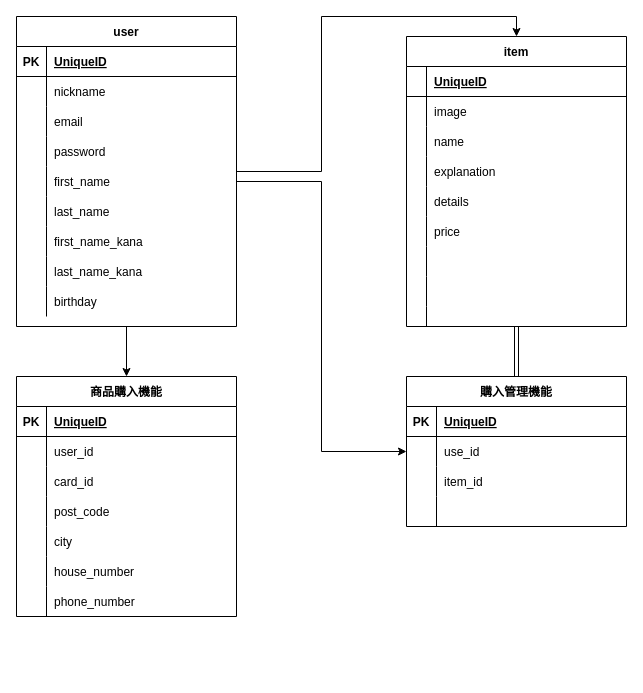
Otsuka-1204/furima-32597 keeps this draw.io diagram as frima.dio. Above is the earlier version. Source tidied: cells renumbered, new cells numbered last; positions are measured from the earlier drawing's top-left corner, leaving out a move shared by most shapes. Both pictures are drawn from the tidied source at 100%, with x=0, y=0 at pixel (16, 16).
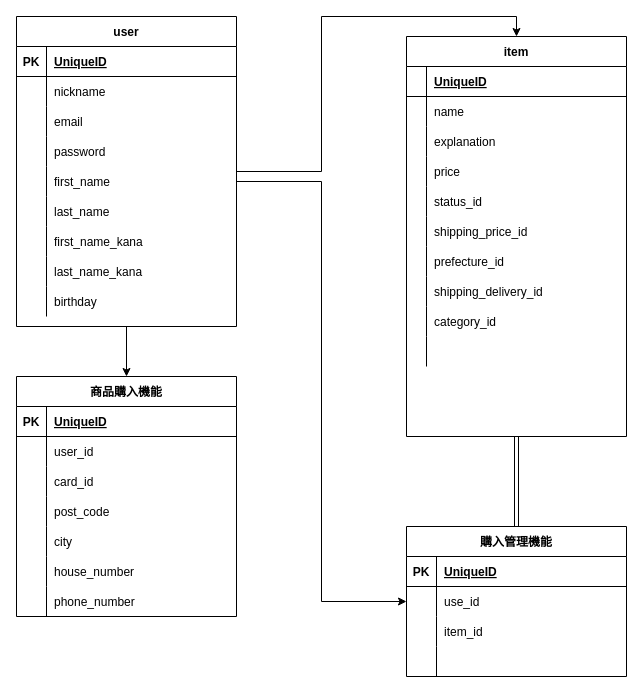
Above is the later version.

Commit message (it also covers changes not shown here):
データベース設計(修正2)

The edit, as a diff of the source:
```diff
@@
     <mxCell id="33" value="item" style="shape=table;startSize=30;childLayout=tableLayout;rowLines=0;fontStyle=1;align=center;" parent="1" vertex="1">
-      <mxGeometry x="390" y="20" width="220" height="290" as="geometry" />
+      <mxGeometry x="390" y="20" width="220" height="400" as="geometry" />
     </mxCell>
@@
-    <mxCell id="37" style="shape=partialRectangle;fillColor=none;top=0;left=0;bottom=0;right=0;" parent="33" vertex="1">
-      <mxGeometry y="60" width="220" height="30" as="geometry" />
-    </mxCell>
-    <mxCell id="38" style="shape=partialRectangle;fillColor=none;top=0;left=0;bottom=0;right=0;overflow=hidden;" parent="37" vertex="1">
-      <mxGeometry width="20" height="30" as="geometry" />
-    </mxCell>
-    <mxCell id="39" value="image" style="shape=partialRectangle;fillColor=none;top=0;left=0;bottom=0;right=0;align=left;spacingLeft=6;overflow=hidden;" parent="37" vertex="1">
-      <mxGeometry x="20" width="200" height="30" as="geometry" />
-    </mxCell>
     <mxCell id="40" style="shape=partialRectangle;fillColor=none;top=0;left=0;bottom=0;right=0;" parent="33" vertex="1">
-      <mxGeometry y="90" width="220" height="30" as="geometry" />
+      <mxGeometry y="60" width="220" height="30" as="geometry" />
     </mxCell>
@@
     <mxCell id="43" style="shape=partialRectangle;fillColor=none;top=0;left=0;bottom=0;right=0;" parent="33" vertex="1">
-      <mxGeometry y="120" width="220" height="30" as="geometry" />
+      <mxGeometry y="90" width="220" height="30" as="geometry" />
     </mxCell>
@@
-    <mxCell id="46" style="shape=partialRectangle;fillColor=none;top=0;left=0;bottom=0;right=0;" parent="33" vertex="1">
-      <mxGeometry y="150" width="220" height="30" as="geometry" />
-    </mxCell>
-    <mxCell id="47" style="shape=partialRectangle;fillColor=none;top=0;left=0;bottom=0;right=0;overflow=hidden;" parent="46" vertex="1">
-      <mxGeometry width="20" height="30" as="geometry" />
-    </mxCell>
-    <mxCell id="48" value="details" style="shape=partialRectangle;fillColor=none;top=0;left=0;bottom=0;right=0;align=left;spacingLeft=6;overflow=hidden;" parent="46" vertex="1">
-      <mxGeometry x="20" width="200" height="30" as="geometry" />
-    </mxCell>
     <mxCell id="49" style="shape=partialRectangle;fillColor=none;top=0;left=0;bottom=0;right=0;" parent="33" vertex="1">
-      <mxGeometry y="180" width="220" height="30" as="geometry" />
+      <mxGeometry y="120" width="220" height="30" as="geometry" />
     </mxCell>
@@
     <mxCell id="52" style="shape=partialRectangle;fillColor=none;top=0;left=0;bottom=0;right=0;" parent="33" vertex="1">
-      <mxGeometry y="210" width="220" height="30" as="geometry" />
+      <mxGeometry y="150" width="220" height="30" as="geometry" />
     </mxCell>
@@
-    <mxCell id="54" style="shape=partialRectangle;fillColor=none;top=0;left=0;bottom=0;right=0;align=left;spacingLeft=6;overflow=hidden;" parent="52" vertex="1">
+    <mxCell id="54" value="status_id" style="shape=partialRectangle;fillColor=none;top=0;left=0;bottom=0;right=0;align=left;spacingLeft=6;overflow=hidden;" parent="52" vertex="1">
       <mxGeometry x="20" width="200" height="30" as="geometry" />
     </mxCell>
+    <mxCell id="37" style="shape=partialRectangle;fillColor=none;top=0;left=0;bottom=0;right=0;" parent="33" vertex="1">
+      <mxGeometry y="180" width="220" height="30" as="geometry" />
+    </mxCell>
+    <mxCell id="38" style="shape=partialRectangle;fillColor=none;top=0;left=0;bottom=0;right=0;overflow=hidden;" parent="37" vertex="1">
+      <mxGeometry width="20" height="30" as="geometry" />
+    </mxCell>
+    <mxCell id="39" value="shipping_price_id" style="shape=partialRectangle;fillColor=none;top=0;left=0;bottom=0;right=0;align=left;spacingLeft=6;overflow=hidden;" parent="37" vertex="1">
+      <mxGeometry x="20" width="200" height="30" as="geometry" />
+    </mxCell>
     <mxCell id="55" style="shape=partialRectangle;fillColor=none;top=0;left=0;bottom=0;right=0;" parent="33" vertex="1">
-      <mxGeometry y="240" width="220" height="30" as="geometry" />
+      <mxGeometry y="210" width="220" height="30" as="geometry" />
     </mxCell>
@@
-    <mxCell id="57" style="shape=partialRectangle;fillColor=none;top=0;left=0;bottom=0;right=0;align=left;spacingLeft=6;overflow=hidden;" parent="55" vertex="1">
+    <mxCell id="57" value="prefecture_id" style="shape=partialRectangle;fillColor=none;top=0;left=0;bottom=0;right=0;align=left;spacingLeft=6;overflow=hidden;" parent="55" vertex="1">
       <mxGeometry x="20" width="200" height="30" as="geometry" />
     </mxCell>
+    <mxCell id="97" style="shape=partialRectangle;fillColor=none;top=0;left=0;bottom=0;right=0;" parent="33" vertex="1">
+      <mxGeometry y="240" width="220" height="30" as="geometry" />
+    </mxCell>
+    <mxCell id="98" style="shape=partialRectangle;fillColor=none;top=0;left=0;bottom=0;right=0;overflow=hidden;" parent="97" vertex="1">
+      <mxGeometry width="20" height="30" as="geometry" />
+    </mxCell>
+    <mxCell id="99" value="shipping_delivery_id" style="shape=partialRectangle;fillColor=none;top=0;left=0;bottom=0;right=0;align=left;spacingLeft=6;overflow=hidden;" parent="97" vertex="1">
+      <mxGeometry x="20" width="200" height="30" as="geometry" />
+    </mxCell>
     <mxCell id="58" style="shape=partialRectangle;fillColor=none;top=0;left=0;bottom=0;right=0;" parent="33" vertex="1">
-      <mxGeometry y="270" width="220" height="20" as="geometry" />
+      <mxGeometry y="270" width="220" height="30" as="geometry" />
     </mxCell>
     <mxCell id="59" style="shape=partialRectangle;fillColor=none;top=0;left=0;bottom=0;right=0;overflow=hidden;" parent="58" vertex="1">
-      <mxGeometry width="20" height="20" as="geometry" />
+      <mxGeometry width="20" height="30" as="geometry" />
     </mxCell>
-    <mxCell id="60" style="shape=partialRectangle;fillColor=none;top=0;left=0;bottom=0;right=0;align=left;spacingLeft=6;overflow=hidden;" parent="58" vertex="1">
-      <mxGeometry x="20" width="200" height="20" as="geometry" />
+    <mxCell id="60" value="category_id" style="shape=partialRectangle;fillColor=none;top=0;left=0;bottom=0;right=0;align=left;spacingLeft=6;overflow=hidden;" parent="58" vertex="1">
+      <mxGeometry x="20" width="200" height="30" as="geometry" />
     </mxCell>
+    <mxCell id="46" style="shape=partialRectangle;fillColor=none;top=0;left=0;bottom=0;right=0;" parent="33" vertex="1">
+      <mxGeometry y="300" width="220" height="30" as="geometry" />
+    </mxCell>
+    <mxCell id="47" style="shape=partialRectangle;fillColor=none;top=0;left=0;bottom=0;right=0;overflow=hidden;" parent="46" vertex="1">
+      <mxGeometry width="20" height="30" as="geometry" />
+    </mxCell>
+    <mxCell id="48" style="shape=partialRectangle;fillColor=none;top=0;left=0;bottom=0;right=0;align=left;spacingLeft=6;overflow=hidden;" parent="46" vertex="1">
+      <mxGeometry x="20" width="200" height="30" as="geometry" />
+    </mxCell>
@@
     <mxCell id="83" value="購入管理機能" style="shape=table;startSize=30;childLayout=tableLayout;rowLines=0;fontStyle=1;align=center;" parent="1" vertex="1">
-      <mxGeometry x="390" y="360" width="220" height="150" as="geometry" />
+      <mxGeometry x="390" y="510" width="220" height="150" as="geometry" />
     </mxCell>
```
